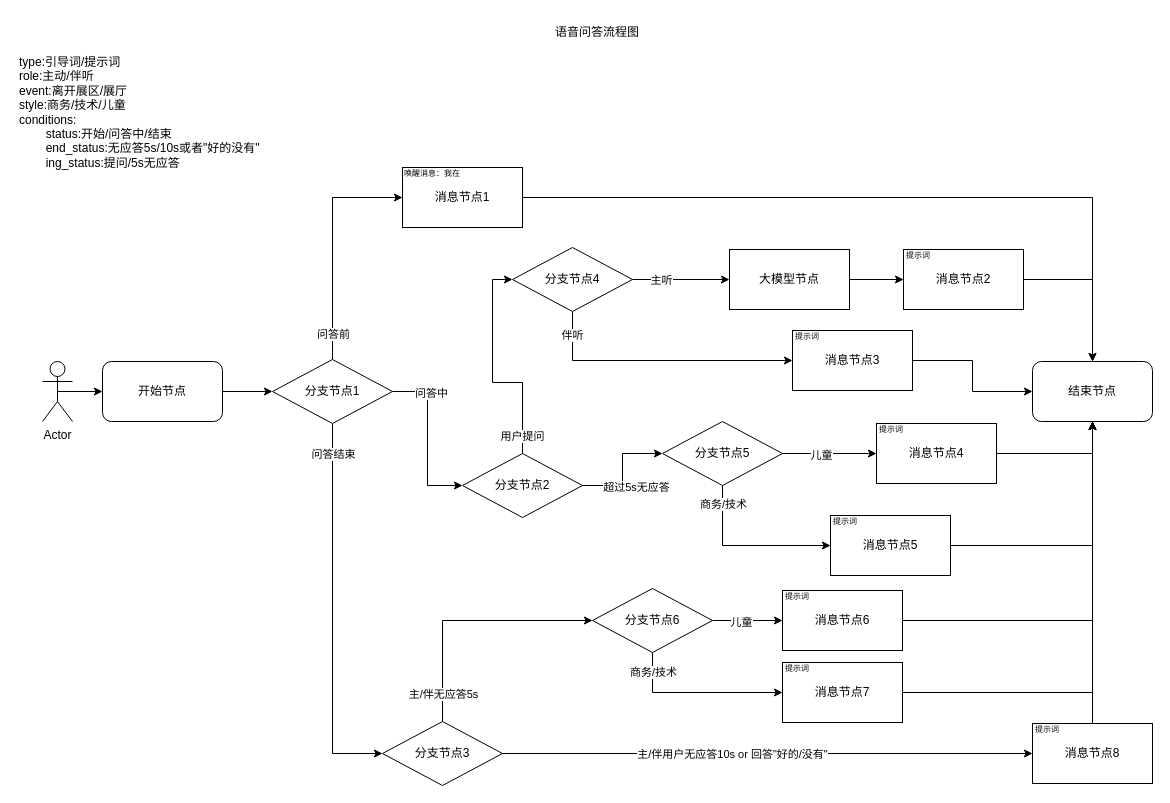
Above: 6.语音问答.drawio in huaxiaojilzg/workflow_draw (draw.io), before the change. Source tidied: cells renumbered, new cells numbered last; positions are measured from the earlier drawing's top-left corner, leaving out a move shared by most shapes. Both pictures are drawn from the tidied source at 100%, with x=0, y=0 at pixel (17, 17).
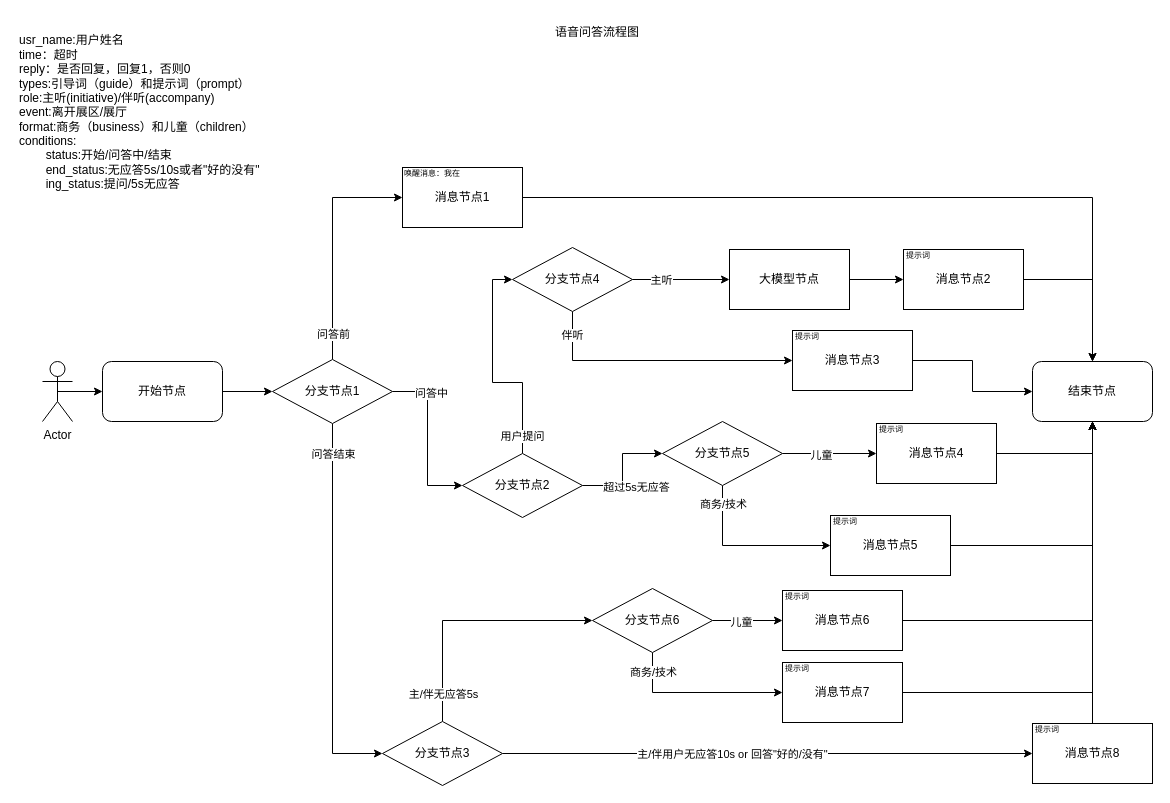
The same page after the edit.

Commit message:
更新6.语音问答.drawio

What changed in the source:
```diff
@@
-    <mxCell id="66" value="type:引导词/提示词&lt;div&gt;role:主动/伴听&lt;/div&gt;&lt;div&gt;event:离开展区/展厅&lt;/div&gt;&lt;div&gt;style:商务/技术/儿童&lt;br&gt;conditions:&lt;/div&gt;&lt;div&gt;&lt;span style=&quot;white-space: pre;&quot;&gt;&#9;&lt;/span&gt;status:开始/问答中/结束&lt;br&gt;&lt;/div&gt;&lt;div&gt;&lt;span style=&quot;white-space: pre;&quot;&gt;&#9;&lt;/span&gt;end_status:无应答5s/10s或者&quot;&lt;span style=&quot;background-color: transparent; color: light-dark(rgb(0, 0, 0), rgb(255, 255, 255));&quot;&gt;好的没有&lt;/span&gt;&lt;span style=&quot;background-color: transparent; color: light-dark(rgb(0, 0, 0), rgb(255, 255, 255));&quot;&gt;&quot;&lt;/span&gt;&lt;/div&gt;&lt;div&gt;&lt;span style=&quot;background-color: transparent; color: light-dark(rgb(0, 0, 0), rgb(255, 255, 255));&quot;&gt;&lt;span style=&quot;white-space: pre;&quot;&gt;&#9;&lt;/span&gt;ing_status:提问/5s无应答&lt;br&gt;&lt;/span&gt;&lt;/div&gt;" style="text;html=1;align=left;verticalAlign=middle;strokeColor=none;fillColor=none;" parent="1" vertex="1">
-      <mxGeometry y="30" width="260" height="130" as="geometry" />
+    <mxCell id="66" value="&lt;div&gt;usr_name:用户姓名&lt;/div&gt;&lt;div&gt;time：超时&lt;/div&gt;&lt;div&gt;reply：是否回复，回复1，否则0&lt;/div&gt;types:引导词（guide）和提示词（prompt）&lt;div&gt;role:主听(initiative)/伴听(accompany)&lt;/div&gt;&lt;div&gt;event:离开展区/展厅&lt;/div&gt;&lt;div&gt;format:商务（business）和儿童（children）&lt;br&gt;conditions:&lt;/div&gt;&lt;div&gt;&lt;span style=&quot;white-space: pre;&quot;&gt;&#9;&lt;/span&gt;status:开始/问答中/结束&lt;br&gt;&lt;/div&gt;&lt;div&gt;&lt;span style=&quot;white-space: pre;&quot;&gt;&#9;&lt;/span&gt;end_status:无应答5s/10s或者&quot;&lt;span style=&quot;background-color: transparent; color: light-dark(rgb(0, 0, 0), rgb(255, 255, 255));&quot;&gt;好的没有&lt;/span&gt;&lt;span style=&quot;background-color: transparent; color: light-dark(rgb(0, 0, 0), rgb(255, 255, 255));&quot;&gt;&quot;&lt;/span&gt;&lt;/div&gt;&lt;div&gt;&lt;span style=&quot;background-color: transparent; color: light-dark(rgb(0, 0, 0), rgb(255, 255, 255));&quot;&gt;&lt;span style=&quot;white-space: pre;&quot;&gt;&#9;&lt;/span&gt;ing_status:提问/5s无应答&lt;br&gt;&lt;/span&gt;&lt;/div&gt;" style="text;html=1;align=left;verticalAlign=middle;strokeColor=none;fillColor=none;" parent="1" vertex="1">
+      <mxGeometry y="10" width="260" height="170" as="geometry" />
     </mxCell>
```
